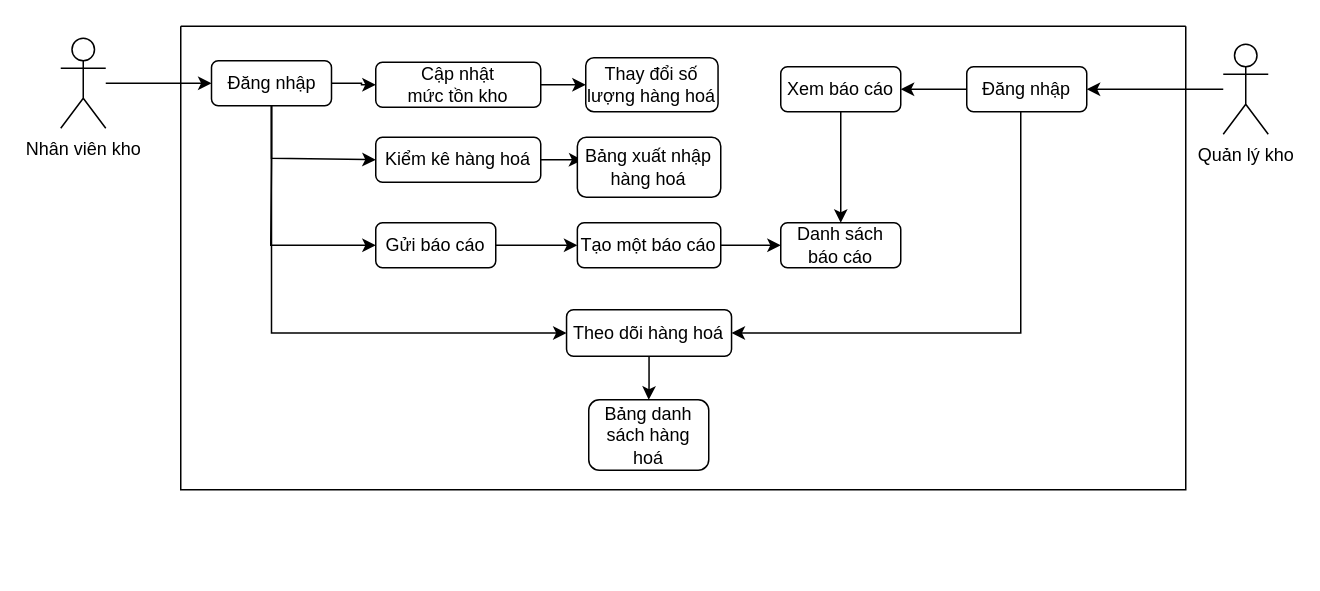
The draw.io diagram Biểu đồ không có tiêu đề.drawio in Taneshi94/NMCNPM, before the edit. Source tidied: cells renumbered, new cells numbered last; positions are measured from the earlier drawing's top-left corner, leaving out a move shared by most shapes. Both pictures are drawn from the tidied source at 150%, with x=0, y=0 at pixel (60, 26).
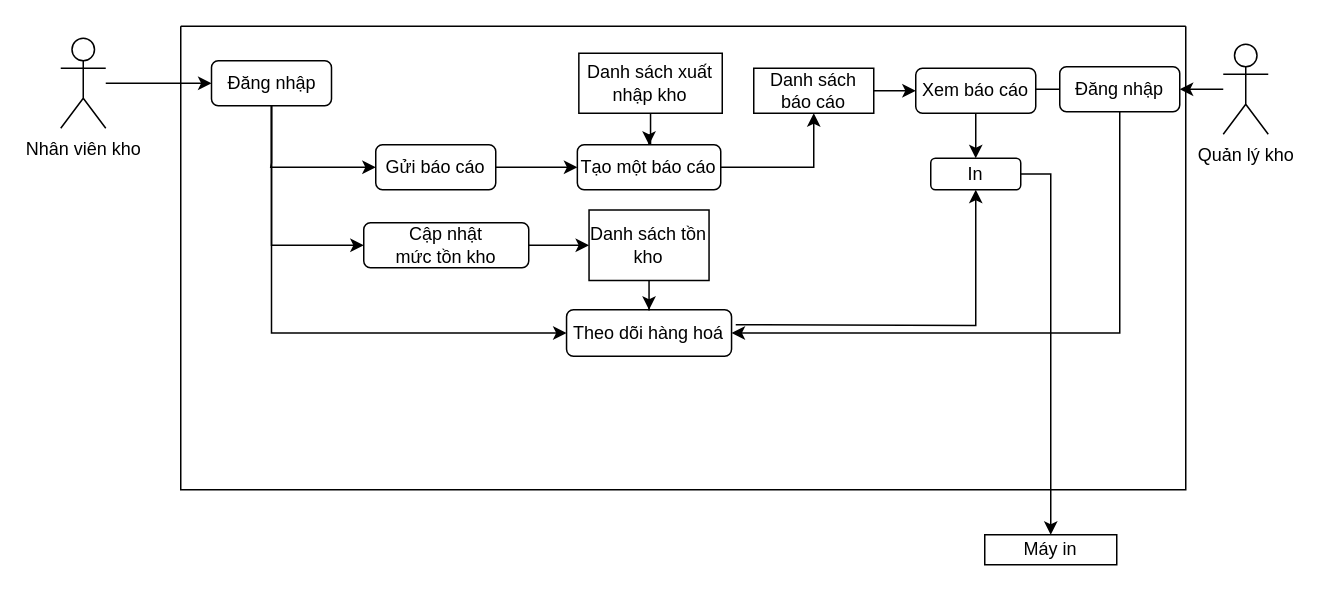
The same page after the edit.

Commit message:
Cập nhật Biểu đồ không có tiêu đề.drawio

The change refers to these unchanged cells:
```xml
<mxCell id="5" style="swimlane;startSize=0;" parent="1" vertex="1">
  <mxGeometry x="80" width="670" height="309" as="geometry" />
</mxCell>
<mxCell id="10" value="Đăng nhập" style="rounded=1;whiteSpace=wrap;html=1;" parent="5" vertex="1">
  <mxGeometry x="20.5" y="23" width="80" height="30" as="geometry" />
</mxCell>
<mxCell id="24" value="Theo dõi hàng hoá" style="rounded=1;whiteSpace=wrap;html=1;" parent="5" vertex="1">
  <mxGeometry x="257.2" y="189" width="110" height="31" as="geometry" />
</mxCell>
```

The edit, as a diff of the source:
```diff
@@
     <mxCell id="6" style="edgeStyle=orthogonalEdgeStyle;rounded=0;jettySize=auto;html=1;" parent="5" edge="1" source="10" target="12">
-      <mxGeometry relative="1" as="geometry" />
+      <mxGeometry relative="1" as="geometry">
+        <Array as="points">
+          <mxPoint x="61" y="146" />
+        </Array>
+      </mxGeometry>
     </mxCell>
-    <mxCell id="7" style="edgeStyle=orthogonalEdgeStyle;rounded=0;jettySize=auto;html=1;entryX=0;entryY=0.5;entryDx=0;entryDy=0;" parent="5" edge="1" source="10" target="26">
-      <mxGeometry relative="1" as="geometry">
-        <Array as="points">
-          <mxPoint x="61" y="88" />
-        </Array>
-      </mxGeometry>
-    </mxCell>
@@
-    <mxCell id="11" style="edgeStyle=orthogonalEdgeStyle;rounded=0;jettySize=auto;html=1;" parent="5" edge="1" source="12" target="29">
-      <mxGeometry relative="1" as="geometry" />
-    </mxCell>
+    <mxCell id="31" style="edgeStyle=orthogonalEdgeStyle;rounded=0;jettySize=auto;html=1;" parent="5" edge="1" source="12" target="28">
+      <mxGeometry relative="1" as="geometry" />
+    </mxCell>
     <mxCell id="12" value="Cập nhật&lt;div&gt;mức tồn kho&lt;/div&gt;" style="rounded=1;whiteSpace=wrap;html=1;" parent="5" vertex="1">
-      <mxGeometry x="130" y="24" width="110" height="30" as="geometry" />
+      <mxGeometry x="122" y="131" width="110" height="30" as="geometry" />
     </mxCell>
@@
     <mxCell id="14" style="edgeStyle=orthogonalEdgeStyle;rounded=0;jettySize=auto;html=1;entryX=1;entryY=0.5;entryDx=0;entryDy=0;" parent="5" edge="1" source="15" target="24">
       <mxGeometry relative="1" as="geometry">
         <Array as="points">
-          <mxPoint x="560" y="205" />
+          <mxPoint x="626" y="205" />
         </Array>
       </mxGeometry>
     </mxCell>
     <mxCell id="15" value="Đăng nhập" style="rounded=1;whiteSpace=wrap;html=1;" parent="5" vertex="1">
-      <mxGeometry x="524" y="27" width="80" height="30" as="geometry" />
+      <mxGeometry x="586" y="27" width="80" height="30" as="geometry" />
     </mxCell>
+    <mxCell id="32" style="edgeStyle=orthogonalEdgeStyle;rounded=0;jettySize=auto;html=1;" parent="5" edge="1" source="16" target="18">
+      <mxGeometry relative="1" as="geometry" />
+    </mxCell>
-    <mxCell id="16" value="Danh sách báo cáo" style="rounded=1;whiteSpace=wrap;html=1;" parent="5" vertex="1">
-      <mxGeometry x="400" y="131" width="80" height="30" as="geometry" />
+    <mxCell id="16" value="Danh sách báo cáo" style="rounded=0;whiteSpace=wrap;html=1;" parent="5" vertex="1">
+      <mxGeometry x="382" y="28" width="80" height="30" as="geometry" />
     </mxCell>
-    <mxCell id="17" style="edgeStyle=orthogonalEdgeStyle;rounded=0;jettySize=auto;html=1;" parent="5" edge="1" source="18" target="16">
-      <mxGeometry relative="1" as="geometry" />
-    </mxCell>
+    <mxCell id="33" style="edgeStyle=orthogonalEdgeStyle;rounded=0;jettySize=auto;html=1;" parent="5" edge="1" source="18" target="37">
+      <mxGeometry relative="1" as="geometry" />
+    </mxCell>
     <mxCell id="18" value="Xem báo cáo" style="rounded=1;whiteSpace=wrap;html=1;" parent="5" vertex="1">
-      <mxGeometry x="400" y="27" width="80" height="30" as="geometry" />
+      <mxGeometry x="490" y="28" width="80" height="30" as="geometry" />
     </mxCell>
@@
     <mxCell id="20" value="Tạo một báo cáo" style="rounded=1;whiteSpace=wrap;html=1;" parent="5" vertex="1">
-      <mxGeometry x="264.4" y="131" width="95.6" height="30" as="geometry" />
+      <mxGeometry x="264.4" y="79" width="95.6" height="30" as="geometry" />
     </mxCell>
@@
     <mxCell id="22" value="Gửi báo cáo" style="rounded=1;whiteSpace=wrap;html=1;" parent="5" vertex="1">
-      <mxGeometry x="130" y="131" width="80" height="30" as="geometry" />
+      <mxGeometry x="130" y="79" width="80" height="30" as="geometry" />
     </mxCell>
-    <mxCell id="23" style="edgeStyle=orthogonalEdgeStyle;rounded=0;jettySize=auto;html=1;" parent="5" edge="1" source="24" target="28">
-      <mxGeometry relative="1" as="geometry" />
-    </mxCell>
+    <mxCell id="34" style="edgeStyle=orthogonalEdgeStyle;rounded=0;jettySize=auto;html=1;entryX=0.5;entryY=1;entryDx=0;entryDy=0;" parent="5" edge="1" target="37">
+      <mxGeometry relative="1" as="geometry">
+        <mxPoint x="370" y="199" as="sourcePoint" />
+      </mxGeometry>
+    </mxCell>
@@
-    <mxCell id="25" style="edgeStyle=orthogonalEdgeStyle;rounded=0;jettySize=auto;html=1;entryX=0.035;entryY=0.379;entryDx=0;entryDy=0;entryPerimeter=0;" parent="5" edge="1" source="26" target="27">
-      <mxGeometry relative="1" as="geometry" />
-    </mxCell>
-    <mxCell id="26" value="Kiểm kê hàng hoá" style="rounded=1;whiteSpace=wrap;html=1;" parent="5" vertex="1">
-      <mxGeometry x="130" y="74" width="110" height="30" as="geometry" />
-    </mxCell>
+    <mxCell id="35" style="edgeStyle=orthogonalEdgeStyle;rounded=0;jettySize=auto;html=1;entryX=0.5;entryY=0;entryDx=0;entryDy=0;" parent="5" edge="1" source="27" target="20">
+      <mxGeometry relative="1" as="geometry" />
+    </mxCell>
-    <mxCell id="27" value="Bảng xuất nhập hàng hoá" style="rounded=1;whiteSpace=wrap;html=1;" parent="5" vertex="1">
-      <mxGeometry x="264.4" y="74" width="95.6" height="40" as="geometry" />
+    <mxCell id="27" value="Danh sách xuất nhập kho" style="rounded=0;whiteSpace=wrap;html=1;" parent="5" vertex="1">
+      <mxGeometry x="265.4" y="18" width="95.6" height="40" as="geometry" />
     </mxCell>
+    <mxCell id="36" style="edgeStyle=orthogonalEdgeStyle;rounded=0;jettySize=auto;html=1;entryX=0.5;entryY=0;entryDx=0;entryDy=0;" parent="5" edge="1" source="28" target="24">
+      <mxGeometry relative="1" as="geometry" />
+    </mxCell>
-    <mxCell id="28" value="Bảng danh sách hàng hoá" style="rounded=1;whiteSpace=wrap;html=1;" parent="5" vertex="1">
-      <mxGeometry x="272" y="249" width="80" height="47" as="geometry" />
+    <mxCell id="28" value="Danh sách tồn kho" style="rounded=0;whiteSpace=wrap;html=1;" parent="5" vertex="1">
+      <mxGeometry x="272.2" y="122.5" width="80" height="47" as="geometry" />
     </mxCell>
-    <mxCell id="29" value="Thay đổi số lượng hàng hoá" style="whiteSpace=wrap;html=1;rounded=1;" parent="5" vertex="1">
-      <mxGeometry x="270" y="21" width="88.2" height="36" as="geometry" />
-    </mxCell>
+    <mxCell id="37" value="In" style="rounded=1;whiteSpace=wrap;html=1;" parent="5" vertex="1">
+      <mxGeometry x="500" y="88" width="60" height="21" as="geometry" />
+    </mxCell>
@@
+    <mxCell id="38" value="Máy in" style="rounded=0;whiteSpace=wrap;html=1;" parent="1" vertex="1">
+      <mxGeometry x="616" y="339" width="88" height="20" as="geometry" />
+    </mxCell>
+    <mxCell id="39" style="edgeStyle=orthogonalEdgeStyle;rounded=0;jettySize=auto;html=1;entryX=0.5;entryY=0;entryDx=0;entryDy=0;" parent="1" edge="1" source="37" target="38">
+      <mxGeometry relative="1" as="geometry">
+        <Array as="points">
+          <mxPoint x="660" y="99" />
+          <mxPoint x="660" y="329" />
+        </Array>
+      </mxGeometry>
+    </mxCell>
```
